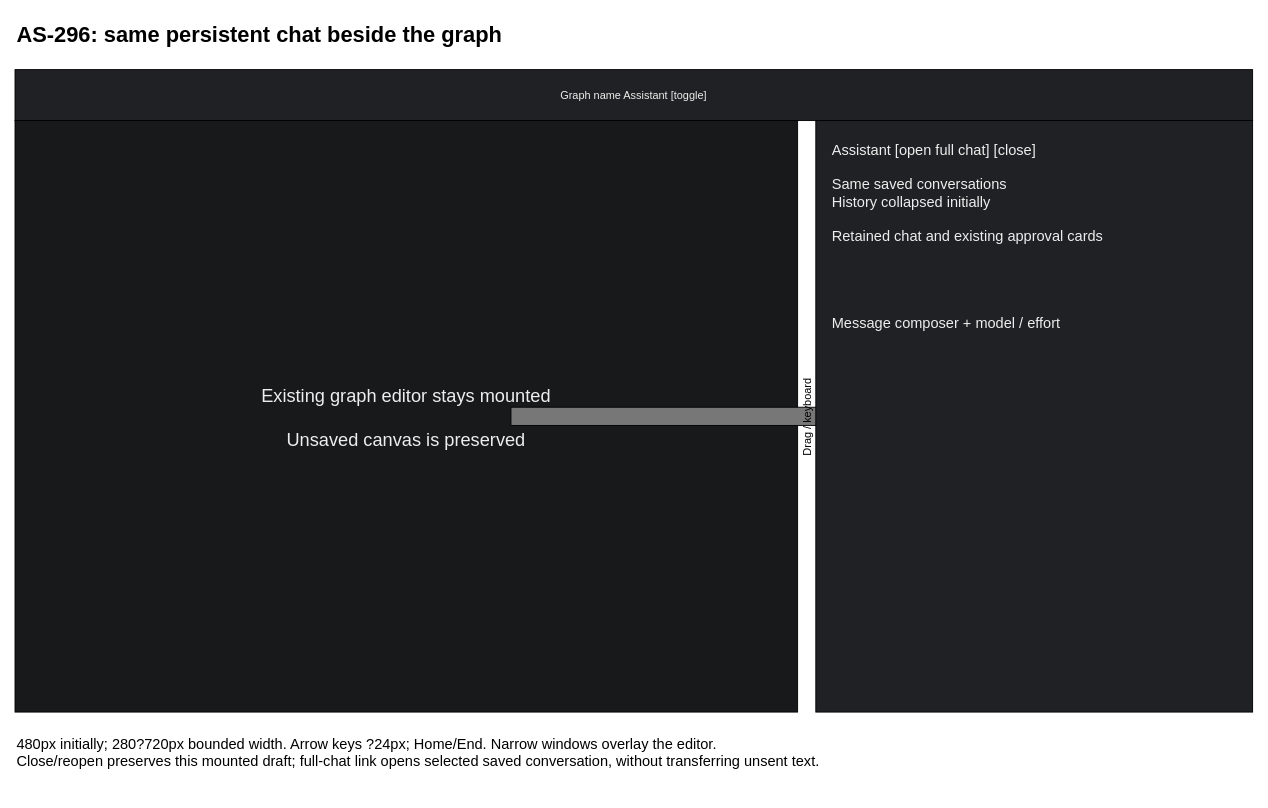
Earlier version of the draw.io diagram page "AS-296 - Resizable editor assistant" (5 of 5) of projects/laomedo/subsystems/agent-execution/design/application-assistant.drawio (amadou-6e/specs). Source tidied: cells renumbered, new cells numbered last; positions are measured from the earlier drawing's top-left corner, leaving out a move shared by most shapes. Both pictures are drawn from the tidied source at 91%, with x=0, y=0 at pixel (15, 15).
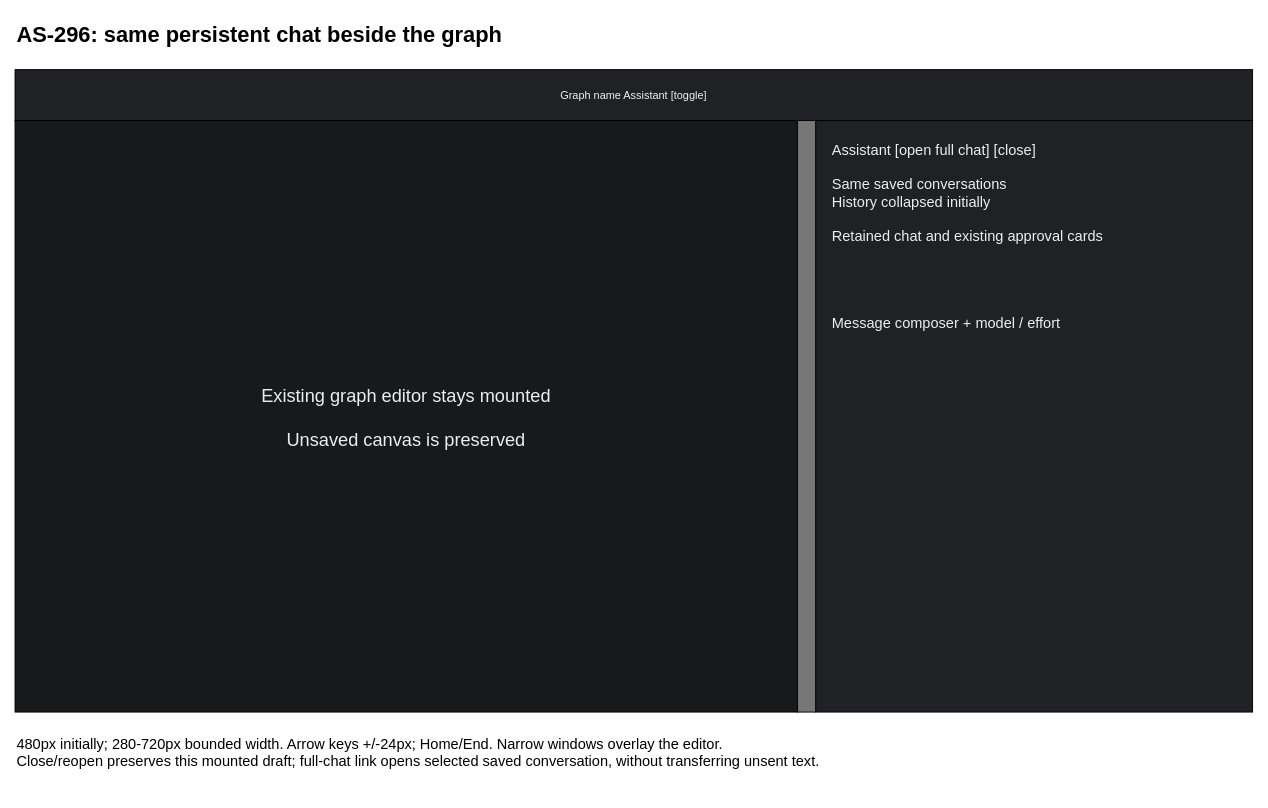
After the change.

Commit message:
docs: clarify sidebar divider in the editable layout

What changed in the source:
```diff
@@
 <mxGraphModel>
   <root>
     <mxCell id="0" />
     <mxCell id="1" parent="0" />
     <mxCell id="2" value="AS-296: same persistent chat beside the graph" style="text;fontSize=24;fontStyle=1;" parent="1" vertex="1">
       <mxGeometry width="1300" height="40" as="geometry" />
     </mxCell>
     <mxCell id="3" value="Graph name                                  Assistant [toggle]" style="rounded=0;fillColor=#202124;fontColor=#eeeeee;" parent="1" vertex="1">
       <mxGeometry y="60" width="1360" height="56" as="geometry" />
     </mxCell>
     <mxCell id="4" value="Existing graph editor stays mounted&#10;&#10;Unsaved canvas is preserved" style="rounded=0;fillColor=#18191b;fontColor=#eeeeee;fontSize=20;" parent="1" vertex="1">
       <mxGeometry y="116" width="860" height="650" as="geometry" />
     </mxCell>
-    <mxCell id="5" value="Drag / keyboard" style="rounded=0;fillColor=#777777;rotation=270;" parent="1" vertex="1">
+    <mxCell id="5" style="rounded=0;fillColor=#777777;" parent="1" vertex="1">
       <mxGeometry x="860" y="116" width="20" height="650" as="geometry" />
     </mxCell>
     <mxCell id="6" value="Assistant                     [open full chat]  [close]&#10;&#10;Same saved conversations&#10;History collapsed initially&#10;&#10;Retained chat and existing approval cards&#10;&#10;&#10;&#10;&#10;Message composer + model / effort" style="rounded=0;fillColor=#202124;fontColor=#eeeeee;align=left;verticalAlign=top;spacing=18;fontSize=16;" parent="1" vertex="1">
       <mxGeometry x="880" y="116" width="480" height="650" as="geometry" />
     </mxCell>
-    <mxCell id="7" value="480px initially; 280?720px bounded width. Arrow keys ?24px; Home/End. Narrow windows overlay the editor.&#10;Close/reopen preserves this mounted draft; full-chat link opens selected saved conversation, without transferring unsent text." style="text;align=left;fontSize=16;" parent="1" vertex="1">
+    <mxCell id="7" value="480px initially; 280-720px bounded width. Arrow keys +/-24px; Home/End. Narrow windows overlay the editor.&#10;Close/reopen preserves this mounted draft; full-chat link opens selected saved conversation, without transferring unsent text." style="text;align=left;fontSize=16;" parent="1" vertex="1">
       <mxGeometry y="785" width="1360" height="70" as="geometry" />
     </mxCell>
   </root>
 </mxGraphModel>
```
